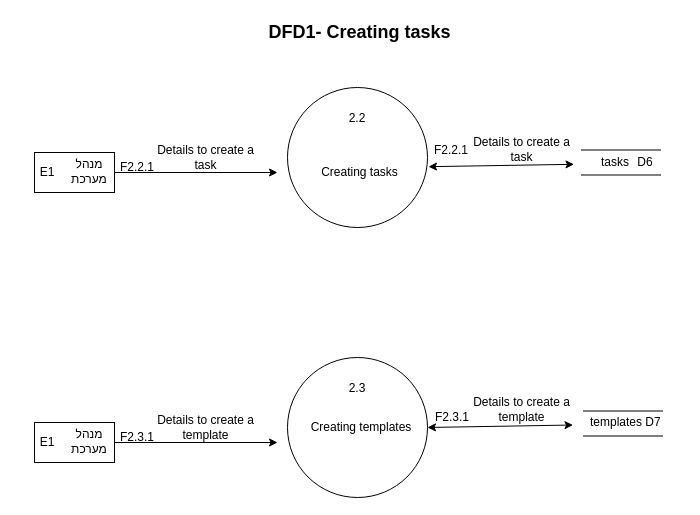
The draw.io diagram page "יצירת משימות" (2 of 3) of dfd/DFD1(English).drawio in alsousha/projectFinish, before the edit. Source tidied: cells renumbered, new cells numbered last; positions are measured from the earlier drawing's top-left corner, leaving out a move shared by most shapes. Both pictures are drawn from the tidied source at 100%, with x=0, y=0 at pixel (17, 17).
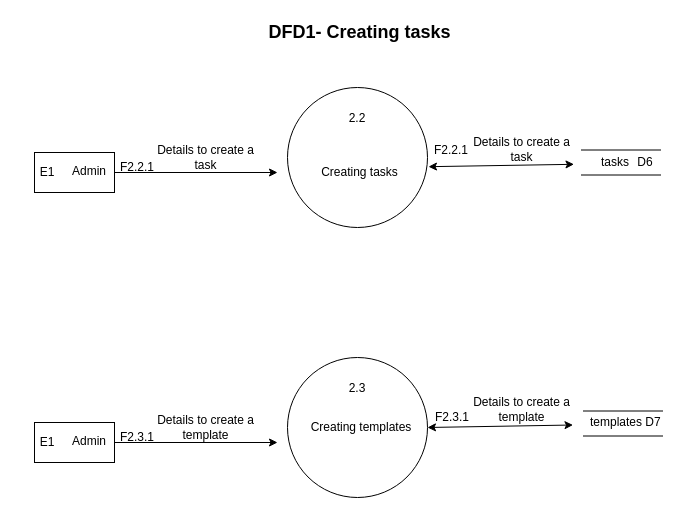
The same diagram, later.

What changed in the source:
```diff
@@
-    <mxCell id="14" value="מנהל מערכת" style="text;html=1;strokeColor=none;fillColor=none;align=center;verticalAlign=middle;whiteSpace=wrap;rounded=0;" parent="1" vertex="1">
+    <mxCell id="14" value="Admin" style="text;html=1;strokeColor=none;fillColor=none;align=center;verticalAlign=middle;whiteSpace=wrap;rounded=0;" parent="1" vertex="1">
       <mxGeometry x="42" y="139" width="60" height="30" as="geometry" />
     </mxCell>
@@
-    <mxCell id="29" value="מנהל מערכת" style="text;html=1;strokeColor=none;fillColor=none;align=center;verticalAlign=middle;whiteSpace=wrap;rounded=0;" parent="1" vertex="1">
+    <mxCell id="29" value="Admin" style="text;html=1;strokeColor=none;fillColor=none;align=center;verticalAlign=middle;whiteSpace=wrap;rounded=0;" parent="1" vertex="1">
       <mxGeometry x="42" y="409" width="60" height="30" as="geometry" />
     </mxCell>
```
